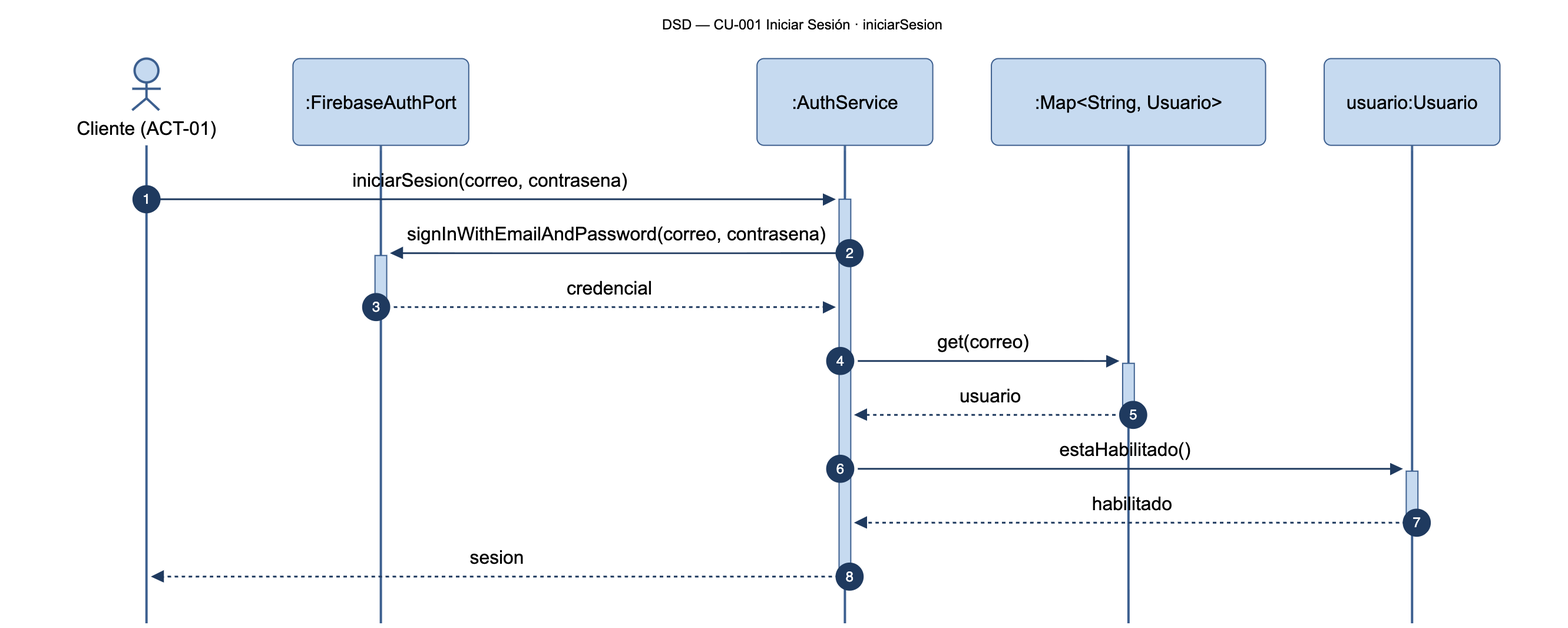
The Mermaid diagram diagramas/png/DSD_CU-001_iniciarSesion.png in Nahuelito-Dev/splg-docs, before a commit. Its source is kept beside it as diagramas/DSD_CU-001_iniciarSesion.mmd.
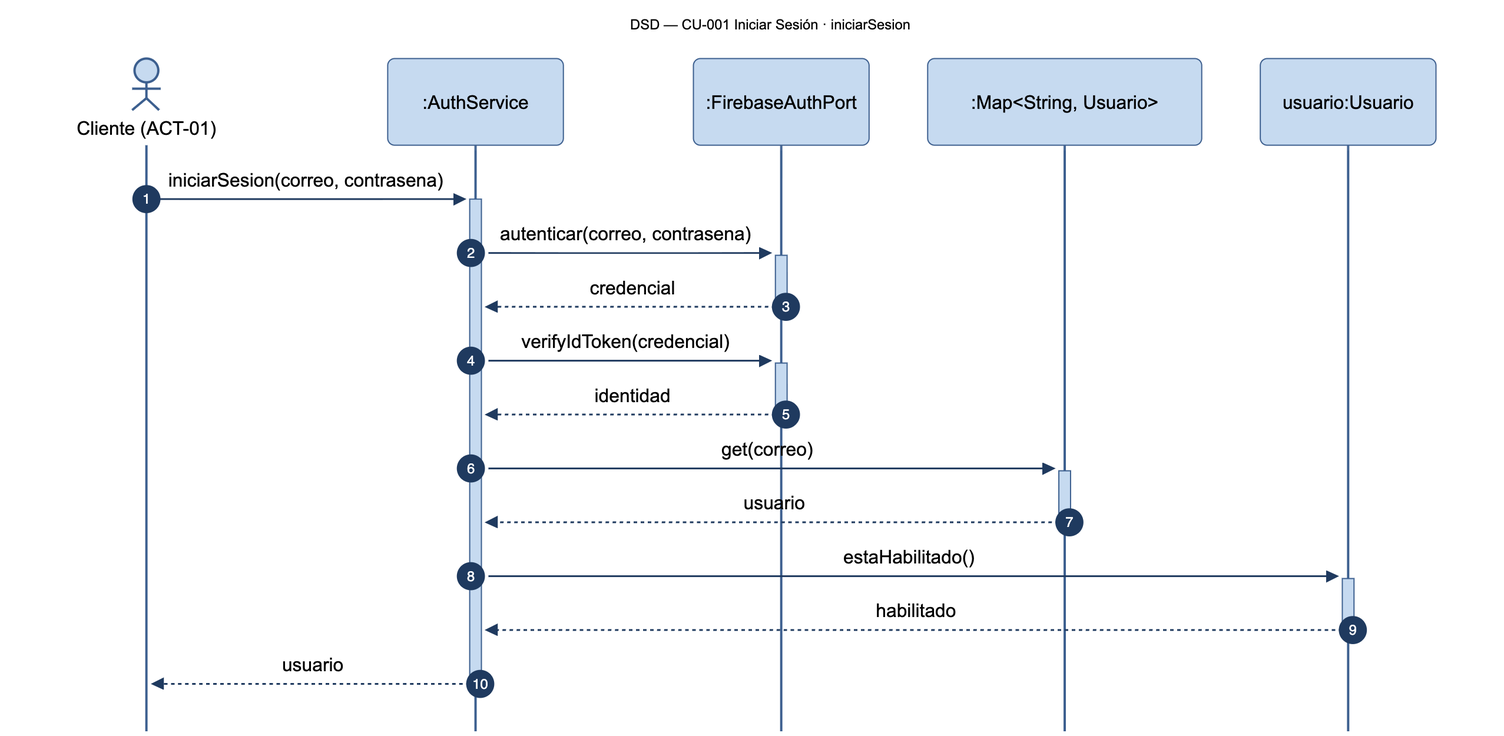
Above is the later version.

Diff of the diagram source:
```diff
@@ -2,16 +2,18 @@
     title DSD — CU-001 Iniciar Sesión · iniciarSesion
     autonumber
     actor CLI as Cliente (ACT-01)
+    participant SRV as :AuthService
     participant FIR as :FirebaseAuthPort
-    participant SRV as :AuthService
     participant COL as :Map#lt;String, Usuario#gt;
     participant USR as usuario:Usuario
 
     CLI->>+SRV: iniciarSesion(correo, contrasena)
-    SRV->>+FIR: signInWithEmailAndPassword(correo, contrasena)
+    SRV->>+FIR: autenticar(correo, contrasena)
     FIR-->>-SRV: credencial
+    SRV->>+FIR: verifyIdToken(credencial)
+    FIR-->>-SRV: identidad
     SRV->>+COL: get(correo)
     COL-->>-SRV: usuario
     SRV->>+USR: estaHabilitado()
     USR-->>-SRV: habilitado
-    SRV-->>-CLI: sesion
+    SRV-->>-CLI: usuario
```
